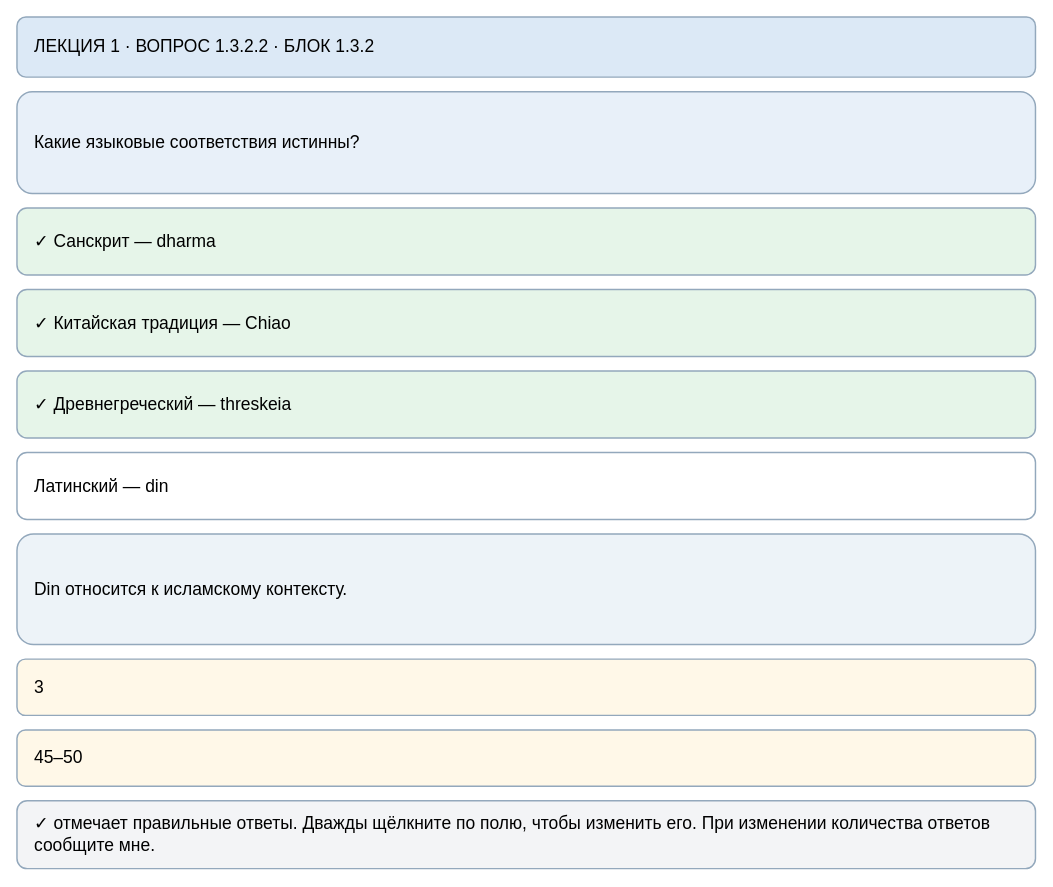
The draw.io diagram page "1.3.2.2" (10 of 36) of maps/lecture-01-test-editor.drawio in slobodatablichka/apologetika-test, before the edit. Source tidied: cells renumbered, new cells numbered last; positions are measured from the earlier drawing's top-left corner, leaving out a move shared by most shapes. Both pictures are drawn from the tidied source at 97%, with x=0, y=0 at pixel (16, 16).
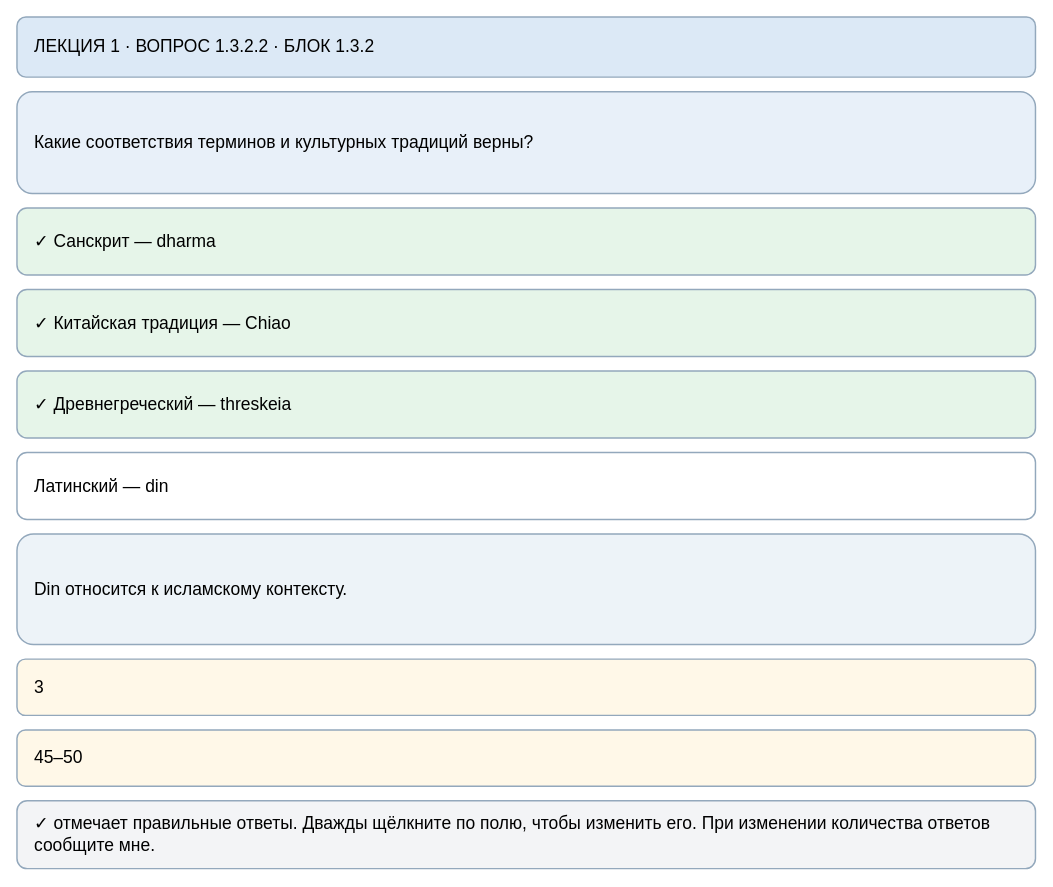
Above is the later version.

The edit, as a diff of the source:
```diff
@@
 <mxGraphModel>
   <root>
     <mxCell id="0" />
     <mxCell id="1" parent="0" />
     <mxCell id="2" value="ЛЕКЦИЯ 1 · ВОПРОС 1.3.2.2 · БЛОК 1.3.2" style="rounded=1;whiteSpace=wrap;html=1;align=left;verticalAlign=middle;spacingLeft=16;spacingRight=16;fontSize=18;fillColor=#dce9f6;strokeColor=#93a8bc;strokeWidth=1.5;" parent="1" vertex="1">
       <mxGeometry width="1050" height="62" as="geometry" />
     </mxCell>
-    <mxCell id="3" value="Какие языковые соответствия истинны?" style="rounded=1;whiteSpace=wrap;html=1;align=left;verticalAlign=middle;spacingLeft=16;spacingRight=16;fontSize=18;fillColor=#e8f0f9;strokeColor=#93a8bc;strokeWidth=1.5;" parent="1" vertex="1">
+    <mxCell id="3" value="Какие соответствия терминов и культурных традиций верны?" style="rounded=1;whiteSpace=wrap;html=1;align=left;verticalAlign=middle;spacingLeft=16;spacingRight=16;fontSize=18;fillColor=#e8f0f9;strokeColor=#93a8bc;strokeWidth=1.5;" parent="1" vertex="1">
       <mxGeometry y="77" width="1050" height="105" as="geometry" />
     </mxCell>
     <mxCell id="4" value="✓ Санскрит — dharma" style="rounded=1;whiteSpace=wrap;html=1;align=left;verticalAlign=middle;spacingLeft=16;spacingRight=16;fontSize=18;fillColor=#e6f5e9;strokeColor=#93a8bc;strokeWidth=1.5;" parent="1" vertex="1">
       <mxGeometry y="197" width="1050" height="69" as="geometry" />
     </mxCell>
     <mxCell id="5" value="✓ Китайская традиция — Chiao" style="rounded=1;whiteSpace=wrap;html=1;align=left;verticalAlign=middle;spacingLeft=16;spacingRight=16;fontSize=18;fillColor=#e6f5e9;strokeColor=#93a8bc;strokeWidth=1.5;" parent="1" vertex="1">
       <mxGeometry y="281" width="1050" height="69" as="geometry" />
     </mxCell>
     <mxCell id="6" value="✓ Древнегреческий — threskeia" style="rounded=1;whiteSpace=wrap;html=1;align=left;verticalAlign=middle;spacingLeft=16;spacingRight=16;fontSize=18;fillColor=#e6f5e9;strokeColor=#93a8bc;strokeWidth=1.5;" parent="1" vertex="1">
       <mxGeometry y="365" width="1050" height="69" as="geometry" />
     </mxCell>
     <mxCell id="7" value="Латинский — din" style="rounded=1;whiteSpace=wrap;html=1;align=left;verticalAlign=middle;spacingLeft=16;spacingRight=16;fontSize=18;fillColor=#ffffff;strokeColor=#93a8bc;strokeWidth=1.5;" parent="1" vertex="1">
       <mxGeometry y="449" width="1050" height="69" as="geometry" />
     </mxCell>
     <mxCell id="8" value="Din относится к исламскому контексту." style="rounded=1;whiteSpace=wrap;html=1;align=left;verticalAlign=middle;spacingLeft=16;spacingRight=16;fontSize=18;fillColor=#edf3f8;strokeColor=#93a8bc;strokeWidth=1.5;" parent="1" vertex="1">
       <mxGeometry y="533" width="1050" height="114" as="geometry" />
     </mxCell>
     <mxCell id="9" value="3" style="rounded=1;whiteSpace=wrap;html=1;align=left;verticalAlign=middle;spacingLeft=16;spacingRight=16;fontSize=18;fillColor=#fff8e8;strokeColor=#93a8bc;strokeWidth=1.5;" parent="1" vertex="1">
       <mxGeometry y="662" width="1050" height="58" as="geometry" />
     </mxCell>
     <mxCell id="10" value="45–50" style="rounded=1;whiteSpace=wrap;html=1;align=left;verticalAlign=middle;spacingLeft=16;spacingRight=16;fontSize=18;fillColor=#fff8e8;strokeColor=#93a8bc;strokeWidth=1.5;" parent="1" vertex="1">
       <mxGeometry y="735" width="1050" height="58" as="geometry" />
     </mxCell>
     <mxCell id="11" value="✓ отмечает правильные ответы. Дважды щёлкните по полю, чтобы изменить его. При изменении количества ответов сообщите мне." style="rounded=1;whiteSpace=wrap;html=1;align=left;verticalAlign=middle;spacingLeft=16;spacingRight=16;fontSize=18;fillColor=#f3f4f6;strokeColor=#93a8bc;strokeWidth=1.5;" parent="1" vertex="1">
       <mxGeometry y="808" width="1050" height="70" as="geometry" />
     </mxCell>
   </root>
 </mxGraphModel>
```
